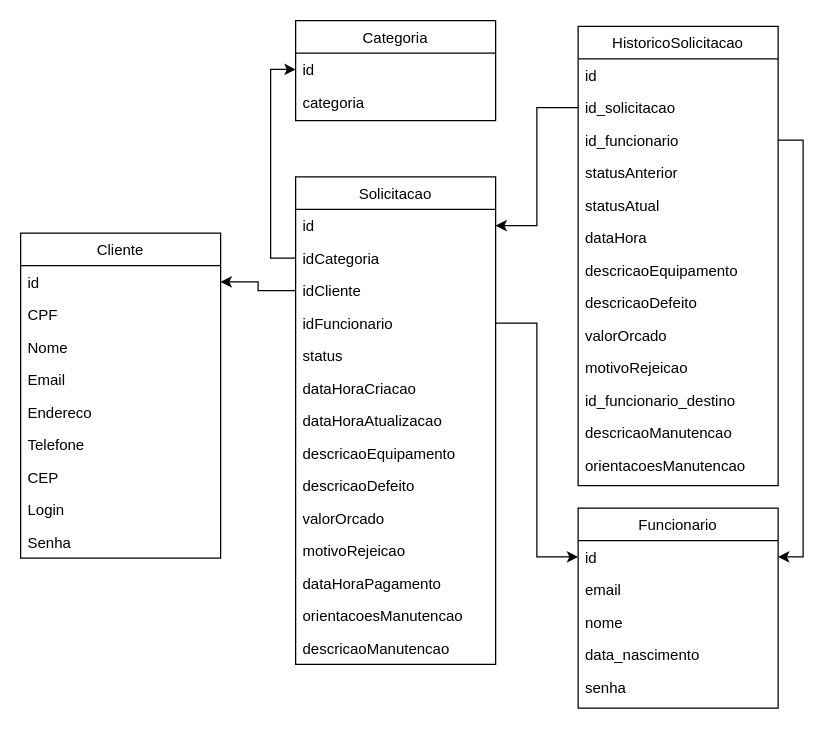
The draw.io diagram docs/modelo_bd_web2.drawio in PauloBayer/trabalho-web2, before the edit. Source tidied: cells renumbered, new cells numbered last; positions are measured from the earlier drawing's top-left corner, leaving out a move shared by most shapes. Both pictures are drawn from the tidied source at 125%, with x=0, y=0 at pixel (20, 20).
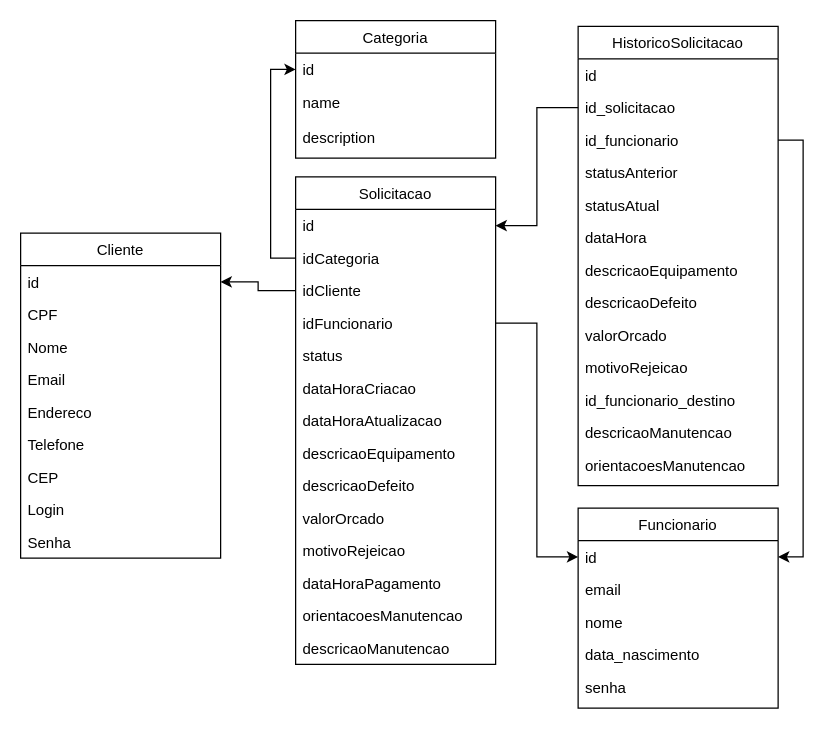
Above is the later version.

Change to the diagram source:
```diff
@@
     <mxCell id="41" value="Categoria" style="swimlane;fontStyle=0;align=center;verticalAlign=top;horizontal=1;startSize=26;rounded=0;shadow=0;strokeWidth=1;" parent="1" vertex="1">
-      <mxGeometry x="220" width="160" height="80" as="geometry" />
+      <mxGeometry x="220" width="160" height="110" as="geometry" />
     </mxCell>
@@
-    <mxCell id="43" value="categoria" style="text;align=left;verticalAlign=top;spacingLeft=4;spacingRight=4;overflow=hidden;rounded=0;shadow=0;html=0;" parent="41" vertex="1">
+    <mxCell id="43" value="name" style="text;align=left;verticalAlign=top;spacingLeft=4;spacingRight=4;overflow=hidden;rounded=0;shadow=0;html=0;" parent="41" vertex="1">
       <mxGeometry y="52" width="160" height="26" as="geometry" />
     </mxCell>
@@
+    <mxCell id="55" value="description" style="text;align=left;verticalAlign=top;spacingLeft=4;spacingRight=4;overflow=hidden;rounded=0;shadow=0;html=0;" parent="1" vertex="1">
+      <mxGeometry x="220" y="80" width="160" height="26" as="geometry" />
+    </mxCell>
```
